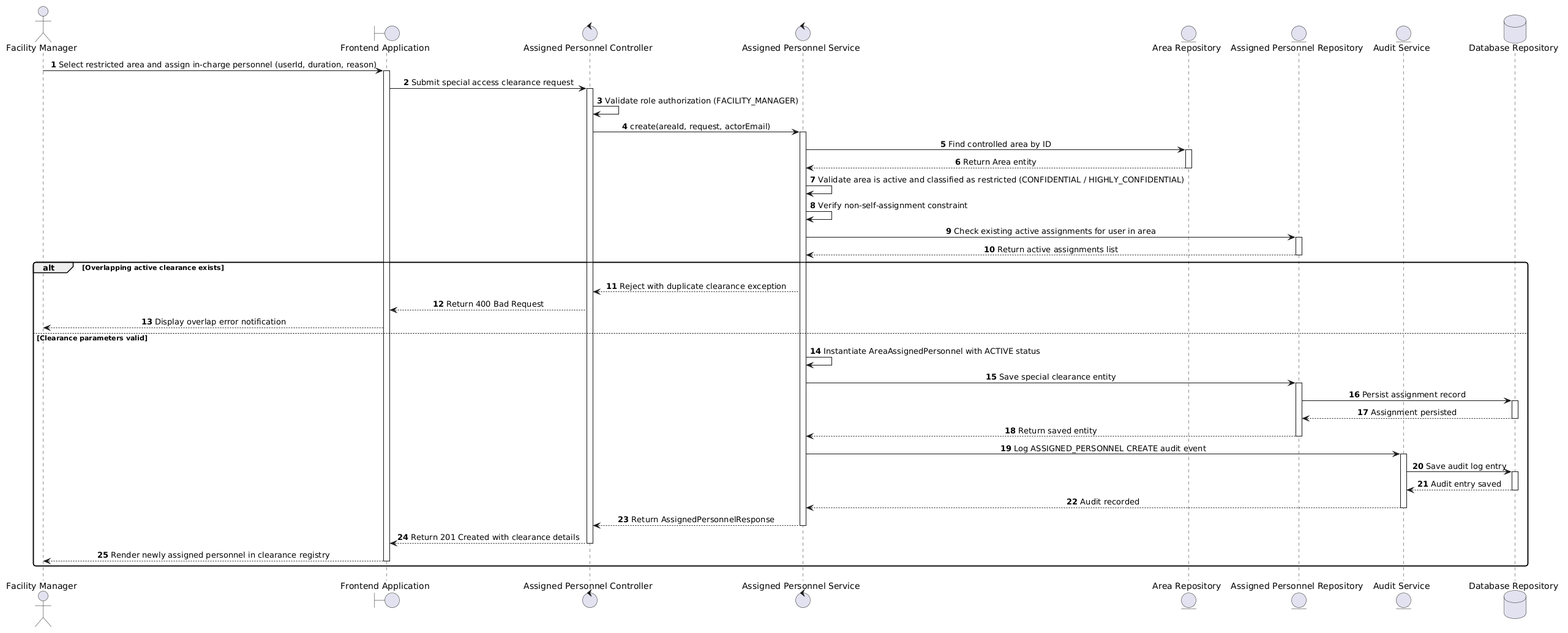
Above: docs/diagrams/seq_3.6.2.png in AnhHao2505/AI-Based-Intelligent-Campus-Security-Surveillance-System (PlantUML), before the change.
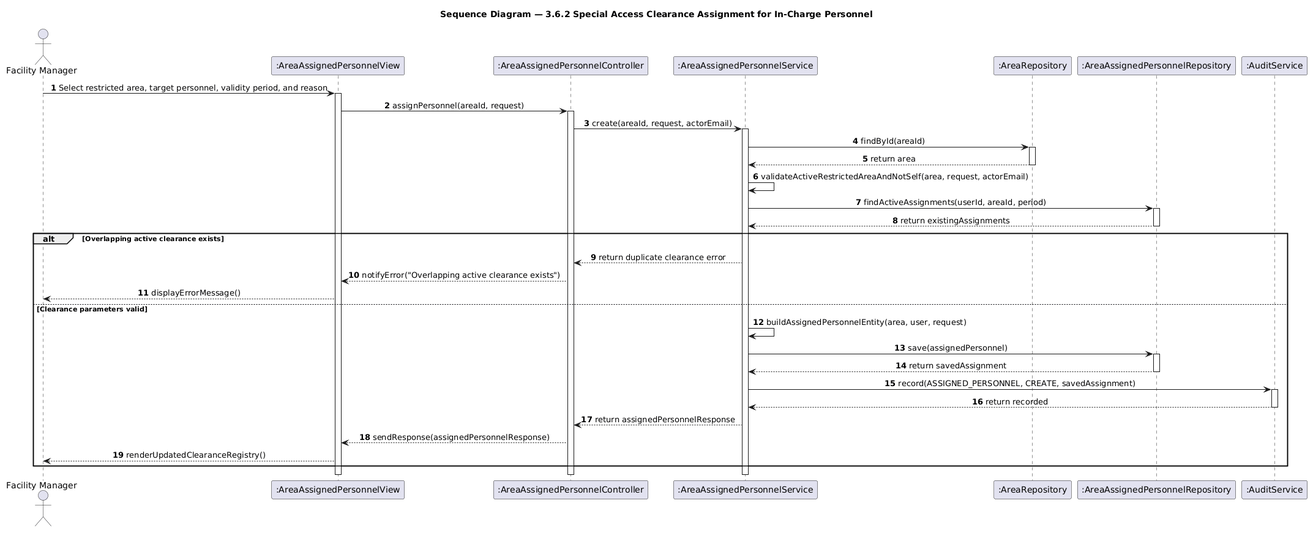
Above is the later version.

What changed in the source:
```diff
@@ -1,72 +1,55 @@
 @startuml
 skinparam shadowing false
-skinparam monochrome false
-skinparam roundcorner 8
-skinparam defaultFontName Arial
 skinparam sequenceMessageAlign center
-
 autonumber
 
+title Sequence Diagram — 3.6.2 Special Access Clearance Assignment for In-Charge Personnel
+
 actor "Facility Manager" as FM
-boundary "Frontend Application" as App
-control "Assigned Personnel Controller" as Controller
-control "Assigned Personnel Service" as Service
-entity "Area Repository" as AreaRepo
-entity "Assigned Personnel Repository" as APRepo
-entity "Audit Service" as Audit
-database "Database Repository" as DB
+participant ":AreaAssignedPersonnelView" as View
+participant ":AreaAssignedPersonnelController" as Controller
+participant ":AreaAssignedPersonnelService" as Service
+participant ":AreaRepository" as AreaRepo
+participant ":AreaAssignedPersonnelRepository" as APRepo
+participant ":AuditService" as Audit
 
-FM -> App : Select restricted area and assign in-charge personnel (userId, duration, reason)
-activate App
-App -> Controller : Submit special access clearance request
+FM -> View : Select restricted area, target personnel, validity period, and reason
+activate View
+View -> Controller : assignPersonnel(areaId, request)
 activate Controller
-
-Controller -> Controller : Validate role authorization (FACILITY_MANAGER)
 Controller -> Service : create(areaId, request, actorEmail)
 activate Service
 
-Service -> AreaRepo : Find controlled area by ID
+Service -> AreaRepo : findById(areaId)
 activate AreaRepo
-AreaRepo --> Service : Return Area entity
+AreaRepo --> Service : return area
 deactivate AreaRepo
 
-Service -> Service : Validate area is active and classified as restricted (CONFIDENTIAL / HIGHLY_CONFIDENTIAL)
-Service -> Service : Verify non-self-assignment constraint
-
-Service -> APRepo : Check existing active assignments for user in area
+Service -> Service : validateActiveRestrictedAreaAndNotSelf(area, request, actorEmail)
+Service -> APRepo : findActiveAssignments(userId, areaId, period)
 activate APRepo
-APRepo --> Service : Return active assignments list
+APRepo --> Service : return existingAssignments
 deactivate APRepo
 
 alt Overlapping active clearance exists
-    Service --> Controller : Reject with duplicate clearance exception
-    Controller --> App : Return 400 Bad Request
-    App --> FM : Display overlap error notification
+    Service --> Controller : return duplicate clearance error
+    Controller --> View : notifyError("Overlapping active clearance exists")
+    View --> FM : displayErrorMessage()
 else Clearance parameters valid
-    Service -> Service : Instantiate AreaAssignedPersonnel with ACTIVE status
-    Service -> APRepo : Save special clearance entity
+    Service -> Service : buildAssignedPersonnelEntity(area, user, request)
+    Service -> APRepo : save(assignedPersonnel)
     activate APRepo
-    APRepo -> DB : Persist assignment record
-    activate DB
-    DB --> APRepo : Assignment persisted
-    deactivate DB
-    APRepo --> Service : Return saved entity
+    APRepo --> Service : return savedAssignment
     deactivate APRepo
-
-    Service -> Audit : Log ASSIGNED_PERSONNEL CREATE audit event
+    Service -> Audit : record(ASSIGNED_PERSONNEL, CREATE, savedAssignment)
     activate Audit
-    Audit -> DB : Save audit log entry
-    activate DB
-    DB --> Audit : Audit entry saved
-    deactivate DB
-    Audit --> Service : Audit recorded
+    Audit --> Service : return recorded
     deactivate Audit
-
-    Service --> Controller : Return AssignedPersonnelResponse
-    deactivate Service
-    Controller --> App : Return 201 Created with clearance details
-    deactivate Controller
-    App --> FM : Render newly assigned personnel in clearance registry
-    deactivate App
+    Service --> Controller : return assignedPersonnelResponse
+    Controller --> View : sendResponse(assignedPersonnelResponse)
+    View --> FM : renderUpdatedClearanceRegistry()
 end
+deactivate Service
+deactivate Controller
+deactivate View
 @enduml
```
